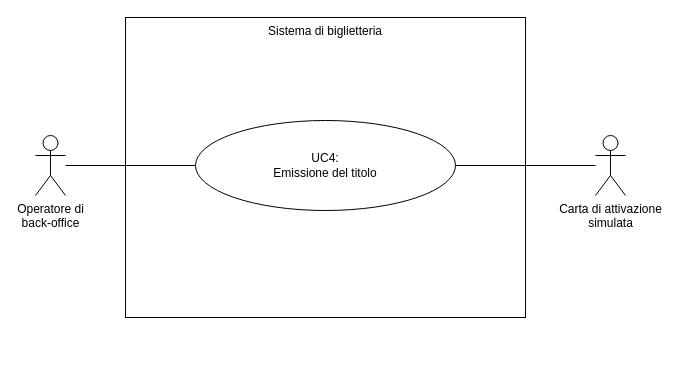
Earlier version of the draw.io diagram page "uc-4" (4 of 7) of img/diagrams/drawer.drawio (Leddosja/thesis-EdisHodja). Source tidied: cells renumbered, new cells numbered last; positions are measured from the earlier drawing's top-left corner, leaving out a move shared by most shapes. Both pictures are drawn from the tidied source at 100%, with x=0, y=0 at pixel (35, 17).
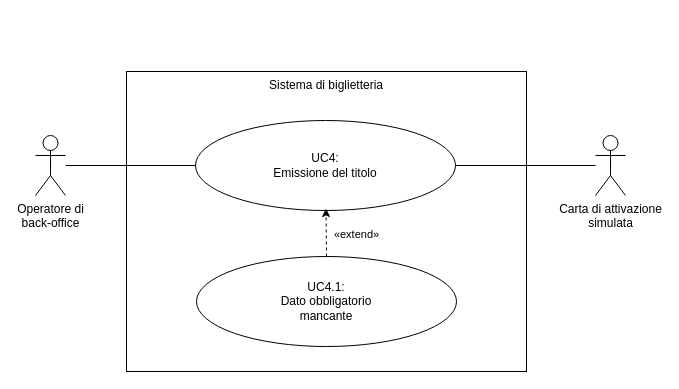
The same page after the edit.

Diff of the diagram source:
```diff
@@
 <mxGraphModel background="#FFFFFF">
   <root>
     <mxCell id="0" />
     <mxCell id="1" parent="0" />
     <mxCell id="2" value="Sistema di biglietteria" style="rounded=0;whiteSpace=wrap;html=1;fillColor=default;verticalAlign=top;" parent="1" vertex="1">
-      <mxGeometry x="90" width="400" height="300" as="geometry" />
+      <mxGeometry x="91" y="54" width="400" height="300" as="geometry" />
     </mxCell>
     <mxCell id="3" value="UC4:&lt;br&gt;Emissione del titolo" style="ellipse;whiteSpace=wrap;html=1;rounded=0;strokeColor=default;align=center;verticalAlign=middle;fontFamily=Helvetica;fontSize=12;fontColor=default;fillColor=default;" parent="1" vertex="1">
       <mxGeometry x="160" y="103" width="260" height="90" as="geometry" />
     </mxCell>
     <mxCell id="4" style="edgeStyle=none;html=1;entryX=0;entryY=0.5;entryDx=0;entryDy=0;endArrow=none;endFill=0;" parent="1" edge="1" source="5" target="3">
       <mxGeometry relative="1" as="geometry" />
     </mxCell>
     <mxCell id="5" value="Operatore di&lt;br&gt;back-office" style="shape=umlActor;verticalLabelPosition=bottom;verticalAlign=top;html=1;rounded=0;strokeColor=default;align=center;fontFamily=Helvetica;fontSize=12;fontColor=default;fillColor=default;" parent="1" vertex="1">
       <mxGeometry y="118" width="30" height="60" as="geometry" />
     </mxCell>
     <mxCell id="6" style="edgeStyle=none;html=1;entryX=1;entryY=0.5;entryDx=0;entryDy=0;endArrow=none;endFill=0;verticalAlign=middle;" parent="1" edge="1" source="7">
       <mxGeometry relative="1" as="geometry">
         <mxPoint x="420" y="148" as="targetPoint" />
       </mxGeometry>
     </mxCell>
     <mxCell id="7" value="Carta di attivazione&lt;br&gt;simulata" style="shape=umlActor;verticalLabelPosition=bottom;verticalAlign=top;html=1;rounded=0;strokeColor=default;align=center;fontFamily=Helvetica;fontSize=12;fontColor=default;fillColor=default;" parent="1" vertex="1">
       <mxGeometry x="560" y="118" width="30" height="60" as="geometry" />
     </mxCell>
+    <mxCell id="8" value="UC4.1:&lt;br&gt;Dato obbligatorio&lt;br&gt;mancante" style="ellipse;whiteSpace=wrap;html=1;rounded=0;strokeColor=default;align=center;verticalAlign=middle;fontFamily=Helvetica;fontSize=12;fontColor=default;fillColor=default;" parent="1" vertex="1">
+      <mxGeometry x="161" y="239" width="260" height="90" as="geometry" />
+    </mxCell>
+    <mxCell id="9" style="edgeStyle=none;html=1;dashed=1;entryX=0.5;entryY=1;entryDx=0;entryDy=0;exitX=0.5;exitY=0;exitDx=0;exitDy=0;" parent="1" edge="1" source="8">
+      <mxGeometry relative="1" as="geometry">
+        <mxPoint x="290.5" y="191" as="targetPoint" />
+      </mxGeometry>
+    </mxCell>
+    <mxCell id="10" value="&lt;span style=&quot;color: rgb(0, 0, 0);&quot;&gt;«extend»&lt;/span&gt;" style="edgeLabel;html=1;align=center;verticalAlign=middle;" parent="9" vertex="1">
+      <mxGeometry x="-0.18" y="-2" relative="1" as="geometry">
+        <mxPoint x="28" y="-2" as="offset" />
+      </mxGeometry>
+    </mxCell>
   </root>
 </mxGraphModel>
```
